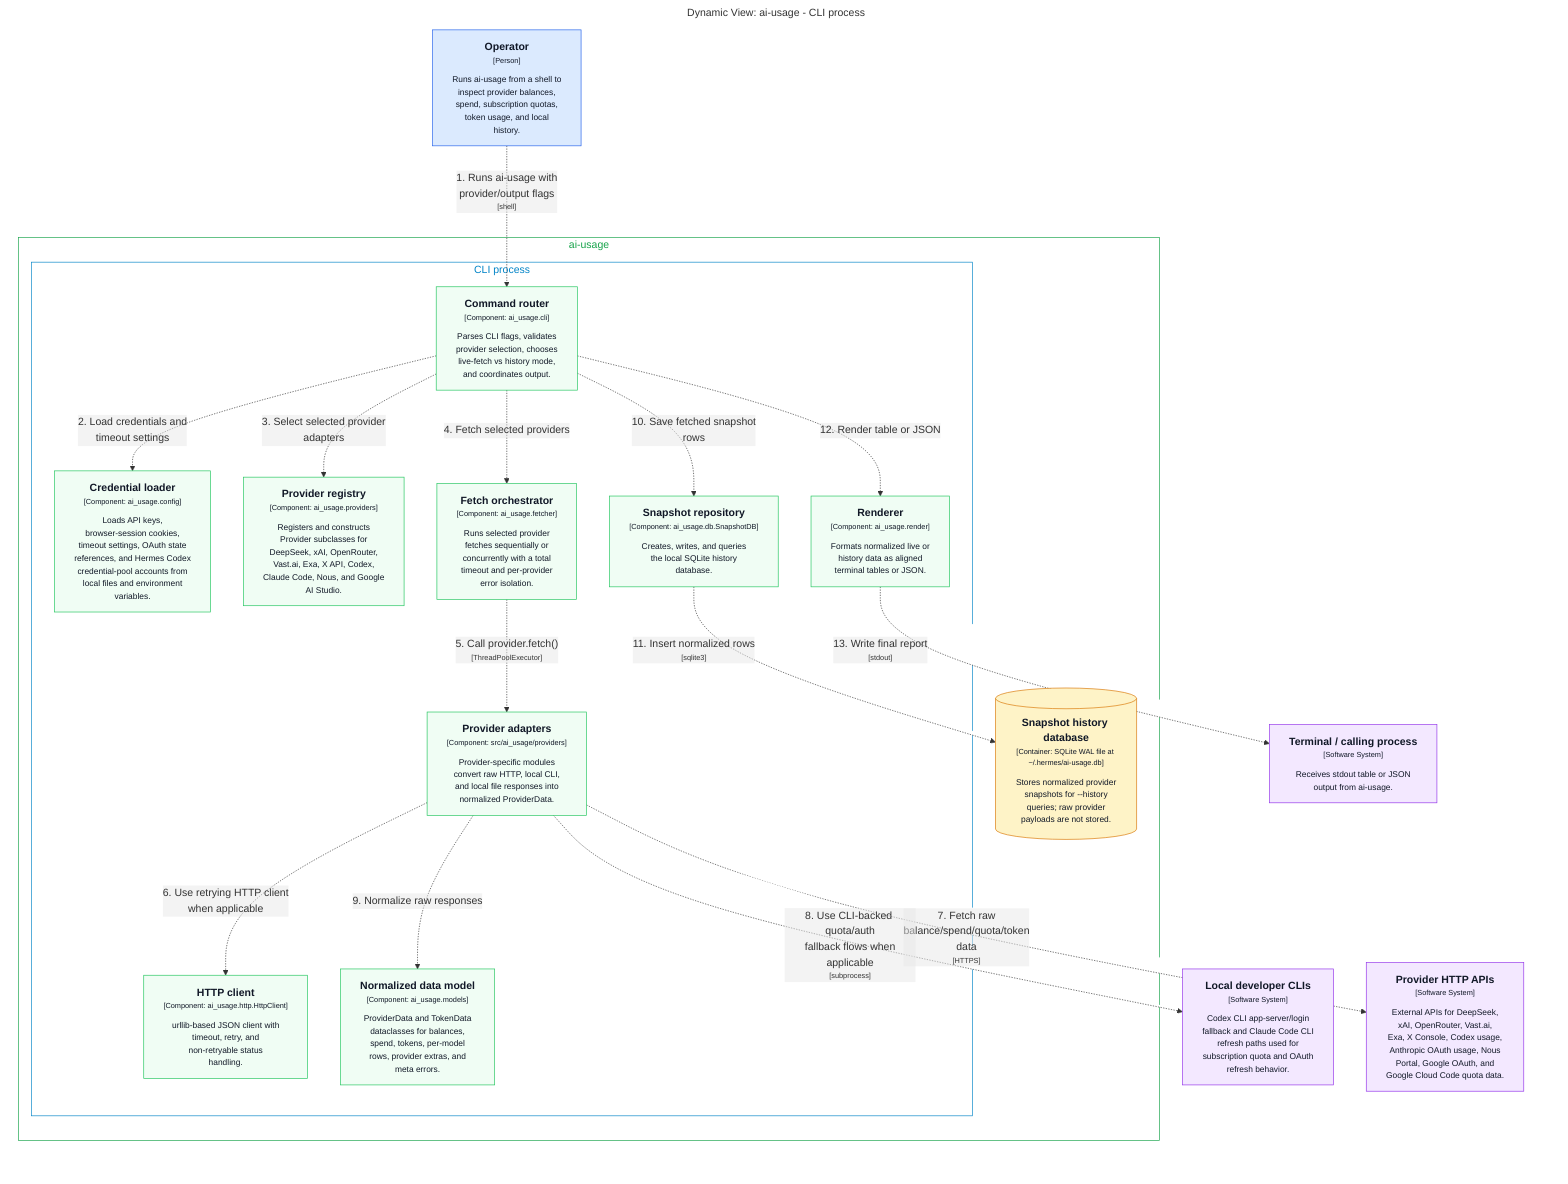
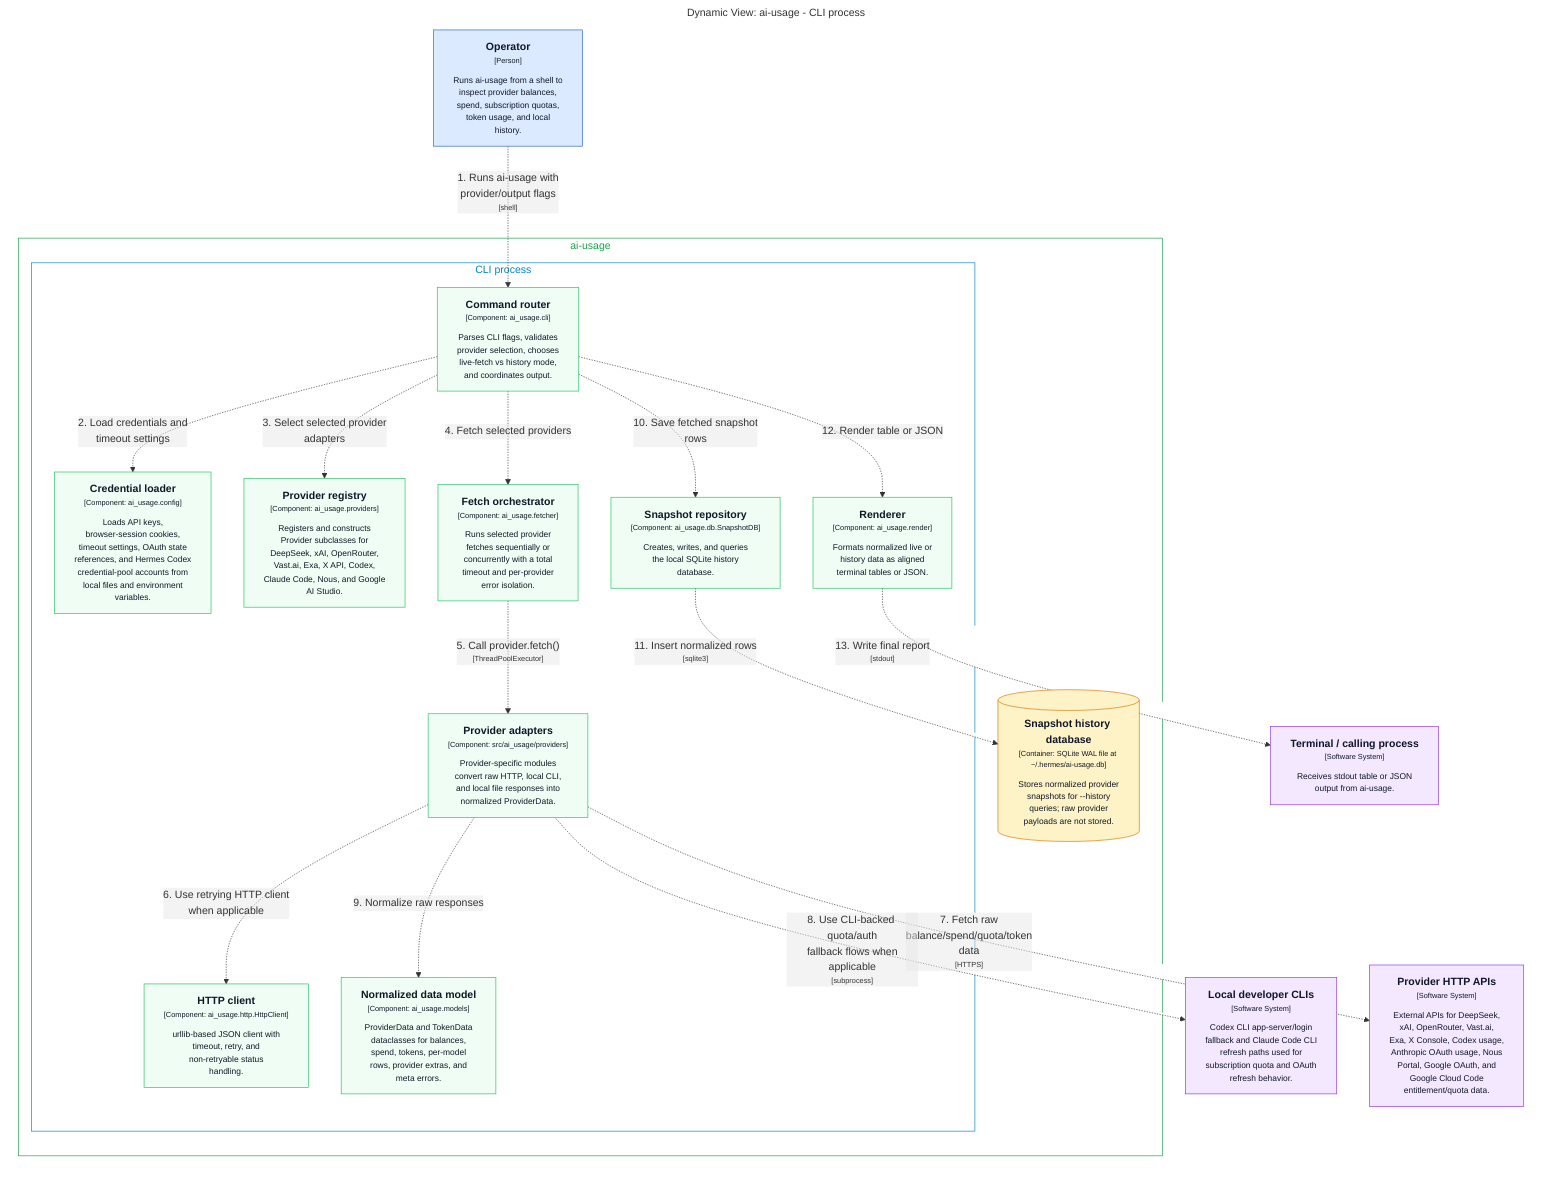
graph LR
  linkStyle default fill:#ffffff

  subgraph diagram ["Dynamic View: ai-usage - CLI process"]
    style diagram fill:#ffffff,stroke:#ffffff

    1["<div style='font-weight: bold'>Operator</div><div style='font-size: 70%; margin-top: 0px'>[Person]</div><div style='font-size: 80%; margin-top:10px'>Runs ai-usage from a shell to<br />inspect provider balances,<br />spend, subscription quotas,<br />token usage, and local<br />history.</div>"]
    style 1 fill:#dbeafe,stroke:#2563eb,color:#111827

    15["<div style='font-weight: bold'>Local developer CLIs</div><div style='font-size: 70%; margin-top: 0px'>[Software System]</div><div style='font-size: 80%; margin-top:10px'>Codex CLI app-server/login<br />fallback and Claude Code CLI<br />refresh paths used for<br />subscription quota and OAuth<br />refresh behavior.</div>"]
    style 15 fill:#f3e8ff,stroke:#9333ea,color:#111827
-     16["<div style='font-weight: bold'>Provider HTTP APIs</div><div style='font-size: 70%; margin-top: 0px'>[Software System]</div><div style='font-size: 80%; margin-top:10px'>External APIs for DeepSeek,<br />xAI, OpenRouter, Vast.ai,<br />Exa, X Console, Codex usage,<br />Anthropic OAuth usage, Nous<br />Portal, Google OAuth, and<br />Google Cloud Code quota data.</div>"]
+     16["<div style='font-weight: bold'>Provider HTTP APIs</div><div style='font-size: 70%; margin-top: 0px'>[Software System]</div><div style='font-size: 80%; margin-top:10px'>External APIs for DeepSeek,<br />xAI, OpenRouter, Vast.ai,<br />Exa, X Console, Codex usage,<br />Anthropic OAuth usage, Nous<br />Portal, Google OAuth, and<br />Google Cloud Code<br />entitlement/quota data.</div>"]
    style 16 fill:#f3e8ff,stroke:#9333ea,color:#111827
    17["<div style='font-weight: bold'>Terminal / calling process</div><div style='font-size: 70%; margin-top: 0px'>[Software System]</div><div style='font-size: 80%; margin-top:10px'>Receives stdout table or JSON<br />output from ai-usage.</div>"]
    style 17 fill:#f3e8ff,stroke:#9333ea,color:#111827

    subgraph 2 ["ai-usage"]
      style 2 fill:#ffffff,stroke:#16a34a,color:#16a34a

      subgraph 3 ["CLI process"]
        style 3 fill:#ffffff,stroke:#0284c7,color:#0284c7

        10["<div style='font-weight: bold'>Normalized data model</div><div style='font-size: 70%; margin-top: 0px'>[Component: ai_usage.models]</div><div style='font-size: 80%; margin-top:10px'>ProviderData and TokenData<br />dataclasses for balances,<br />spend, tokens, per-model<br />rows, provider extras, and<br />meta errors.</div>"]
        style 10 fill:#f0fdf4,stroke:#22c55e,color:#111827
        11["<div style='font-weight: bold'>Snapshot repository</div><div style='font-size: 70%; margin-top: 0px'>[Component: ai_usage.db.SnapshotDB]</div><div style='font-size: 80%; margin-top:10px'>Creates, writes, and queries<br />the local SQLite history<br />database.</div>"]
        style 11 fill:#f0fdf4,stroke:#22c55e,color:#111827
        12["<div style='font-weight: bold'>Renderer</div><div style='font-size: 70%; margin-top: 0px'>[Component: ai_usage.render]</div><div style='font-size: 80%; margin-top:10px'>Formats normalized live or<br />history data as aligned<br />terminal tables or JSON.</div>"]
        style 12 fill:#f0fdf4,stroke:#22c55e,color:#111827
        4["<div style='font-weight: bold'>Command router</div><div style='font-size: 70%; margin-top: 0px'>[Component: ai_usage.cli]</div><div style='font-size: 80%; margin-top:10px'>Parses CLI flags, validates<br />provider selection, chooses<br />live-fetch vs history mode,<br />and coordinates output.</div>"]
        style 4 fill:#f0fdf4,stroke:#22c55e,color:#111827
        5["<div style='font-weight: bold'>Credential loader</div><div style='font-size: 70%; margin-top: 0px'>[Component: ai_usage.config]</div><div style='font-size: 80%; margin-top:10px'>Loads API keys,<br />browser-session cookies,<br />timeout settings, OAuth state<br />references, and Hermes Codex<br />credential-pool accounts from<br />local files and environment<br />variables.</div>"]
        style 5 fill:#f0fdf4,stroke:#22c55e,color:#111827
        6["<div style='font-weight: bold'>Provider registry</div><div style='font-size: 70%; margin-top: 0px'>[Component: ai_usage.providers]</div><div style='font-size: 80%; margin-top:10px'>Registers and constructs<br />Provider subclasses for<br />DeepSeek, xAI, OpenRouter,<br />Vast.ai, Exa, X API, Codex,<br />Claude Code, Nous, and Google<br />AI Studio.</div>"]
        style 6 fill:#f0fdf4,stroke:#22c55e,color:#111827
        7["<div style='font-weight: bold'>Fetch orchestrator</div><div style='font-size: 70%; margin-top: 0px'>[Component: ai_usage.fetcher]</div><div style='font-size: 80%; margin-top:10px'>Runs selected provider<br />fetches sequentially or<br />concurrently with a total<br />timeout and per-provider<br />error isolation.</div>"]
        style 7 fill:#f0fdf4,stroke:#22c55e,color:#111827
        8["<div style='font-weight: bold'>Provider adapters</div><div style='font-size: 70%; margin-top: 0px'>[Component: src/ai_usage/providers]</div><div style='font-size: 80%; margin-top:10px'>Provider-specific modules<br />convert raw HTTP, local CLI,<br />and local file responses into<br />normalized ProviderData.</div>"]
        style 8 fill:#f0fdf4,stroke:#22c55e,color:#111827
        9["<div style='font-weight: bold'>HTTP client</div><div style='font-size: 70%; margin-top: 0px'>[Component: ai_usage.http.HttpClient]</div><div style='font-size: 80%; margin-top:10px'>urllib-based JSON client with<br />timeout, retry, and<br />non-retryable status<br />handling.</div>"]
        style 9 fill:#f0fdf4,stroke:#22c55e,color:#111827
      end

      13[("<div style='font-weight: bold'>Snapshot history database</div><div style='font-size: 70%; margin-top: 0px'>[Container: SQLite WAL file at ~/.hermes/ai-usage.db]</div><div style='font-size: 80%; margin-top:10px'>Stores normalized provider<br />snapshots for --history<br />queries; raw provider<br />payloads are not stored.</div>")]
      style 13 fill:#fef3c7,stroke:#d97706,color:#111827
    end

    1["<div style='font-weight: bold'>Operator</div><div style='font-size: 70%; margin-top: 0px'>[Person]</div><div style='font-size: 80%; margin-top:10px'>Runs ai-usage from a shell to<br />inspect provider balances,<br />spend, subscription quotas,<br />token usage, and local<br />history.</div>"]
    style 1 fill:#dbeafe,stroke:#2563eb,color:#111827
    13[("<div style='font-weight: bold'>Snapshot history database</div><div style='font-size: 70%; margin-top: 0px'>[Container: SQLite WAL file at ~/.hermes/ai-usage.db]</div><div style='font-size: 80%; margin-top:10px'>Stores normalized provider<br />snapshots for --history<br />queries; raw provider<br />payloads are not stored.</div>")]
    style 13 fill:#fef3c7,stroke:#d97706,color:#111827
    15["<div style='font-weight: bold'>Local developer CLIs</div><div style='font-size: 70%; margin-top: 0px'>[Software System]</div><div style='font-size: 80%; margin-top:10px'>Codex CLI app-server/login<br />fallback and Claude Code CLI<br />refresh paths used for<br />subscription quota and OAuth<br />refresh behavior.</div>"]
    style 15 fill:#f3e8ff,stroke:#9333ea,color:#111827
-     16["<div style='font-weight: bold'>Provider HTTP APIs</div><div style='font-size: 70%; margin-top: 0px'>[Software System]</div><div style='font-size: 80%; margin-top:10px'>External APIs for DeepSeek,<br />xAI, OpenRouter, Vast.ai,<br />Exa, X Console, Codex usage,<br />Anthropic OAuth usage, Nous<br />Portal, Google OAuth, and<br />Google Cloud Code quota data.</div>"]
+     16["<div style='font-weight: bold'>Provider HTTP APIs</div><div style='font-size: 70%; margin-top: 0px'>[Software System]</div><div style='font-size: 80%; margin-top:10px'>External APIs for DeepSeek,<br />xAI, OpenRouter, Vast.ai,<br />Exa, X Console, Codex usage,<br />Anthropic OAuth usage, Nous<br />Portal, Google OAuth, and<br />Google Cloud Code<br />entitlement/quota data.</div>"]
    style 16 fill:#f3e8ff,stroke:#9333ea,color:#111827
    17["<div style='font-weight: bold'>Terminal / calling process</div><div style='font-size: 70%; margin-top: 0px'>[Software System]</div><div style='font-size: 80%; margin-top:10px'>Receives stdout table or JSON<br />output from ai-usage.</div>"]
    style 17 fill:#f3e8ff,stroke:#9333ea,color:#111827

    1-. "<div>1. Runs ai-usage with<br />provider/output flags</div><div style='font-size: 70%'>[shell]</div>" .->4
    4-. "<div>2. Load credentials and<br />timeout settings</div><div style='font-size: 70%'></div>" .->5
    4-. "<div>3. Select selected provider<br />adapters</div><div style='font-size: 70%'></div>" .->6
    4-. "<div>4. Fetch selected providers</div><div style='font-size: 70%'></div>" .->7
    7-. "<div>5. Call provider.fetch()</div><div style='font-size: 70%'>[ThreadPoolExecutor]</div>" .->8
    8-. "<div>6. Use retrying HTTP client<br />when applicable</div><div style='font-size: 70%'></div>" .->9
    8-. "<div>7. Fetch raw<br />balance/spend/quota/token<br />data</div><div style='font-size: 70%'>[HTTPS]</div>" .->16
    8-. "<div>8. Use CLI-backed quota/auth<br />fallback flows when<br />applicable</div><div style='font-size: 70%'>[subprocess]</div>" .->15
    8-. "<div>9. Normalize raw responses</div><div style='font-size: 70%'></div>" .->10
    4-. "<div>10. Save fetched snapshot<br />rows</div><div style='font-size: 70%'></div>" .->11
    11-. "<div>11. Insert normalized rows</div><div style='font-size: 70%'>[sqlite3]</div>" .->13
    4-. "<div>12. Render table or JSON</div><div style='font-size: 70%'></div>" .->12
    12-. "<div>13. Write final report</div><div style='font-size: 70%'>[stdout]</div>" .->17

  end